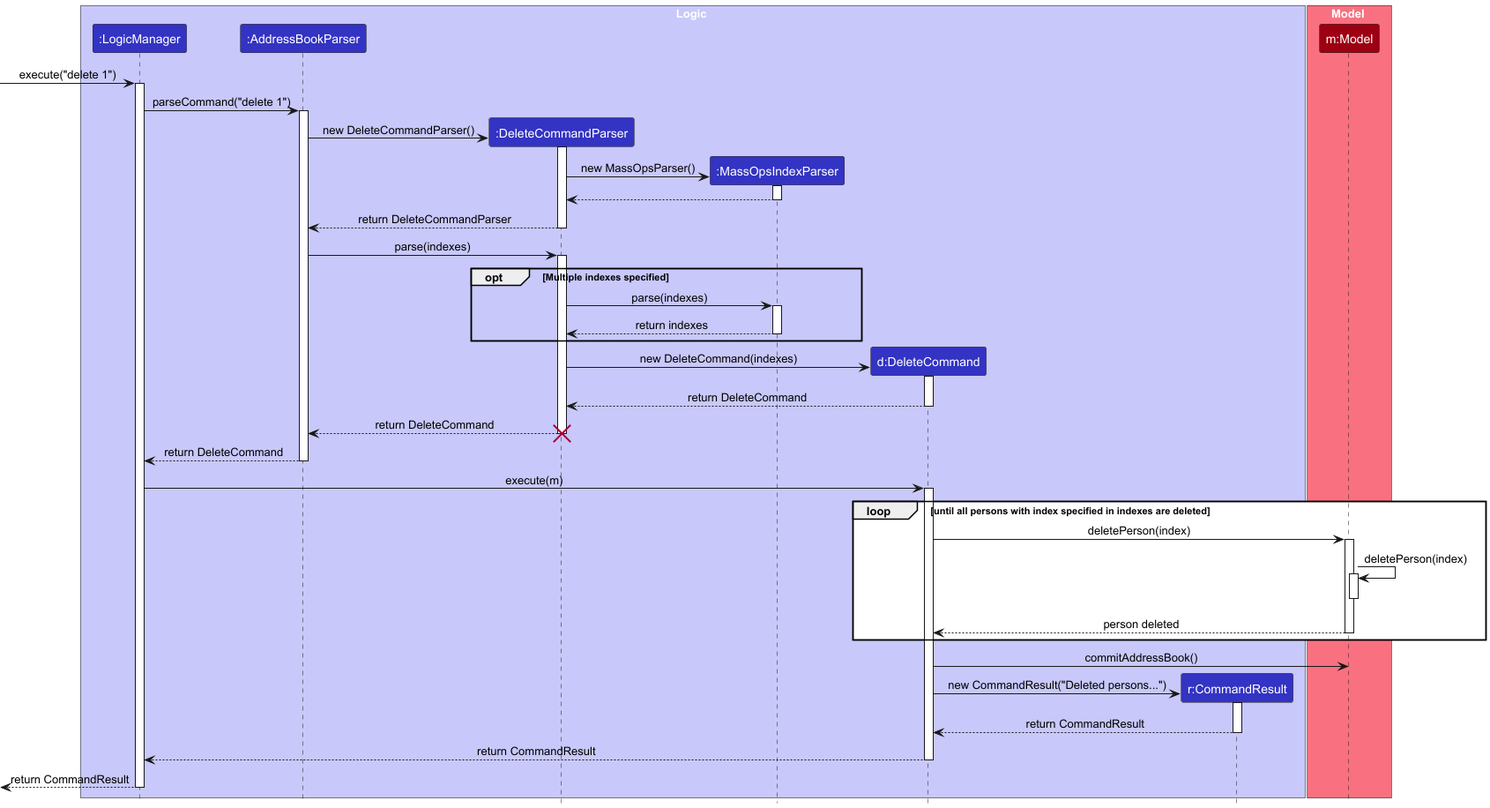
This is docs/images/DeleteSequenceDiagram.png from carineang/tp, a PlantUML export, as it was before one commit.
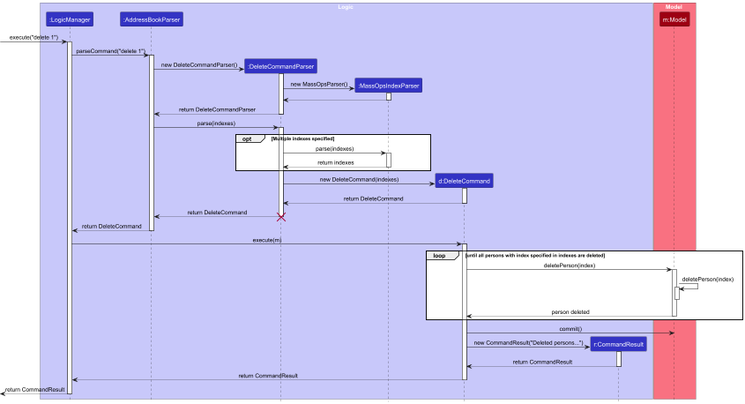
The same diagram one commit later.

Commit message:
Update sequence diagrams

The edit, as a diff of the source:
```diff
@@ -38,7 +38,7 @@
 AddressBookParser -> DeleteCommandParser : parse(indexes)
 activate DeleteCommandParser
 
-opt LOGIC_COLOR_T1 Multiple indexes specified
+opt Multiple indexes specified
 
 DeleteCommandParser -> MassOpsParser : parse(indexes)
 activate MassOpsParser
@@ -81,7 +81,7 @@
 
 end
 
-DeleteCommand -> Model : commitAddressBook()
+DeleteCommand -> Model : commit()
 
 create CommandResult
 DeleteCommand -> CommandResult : new CommandResult("Deleted persons...")
```
